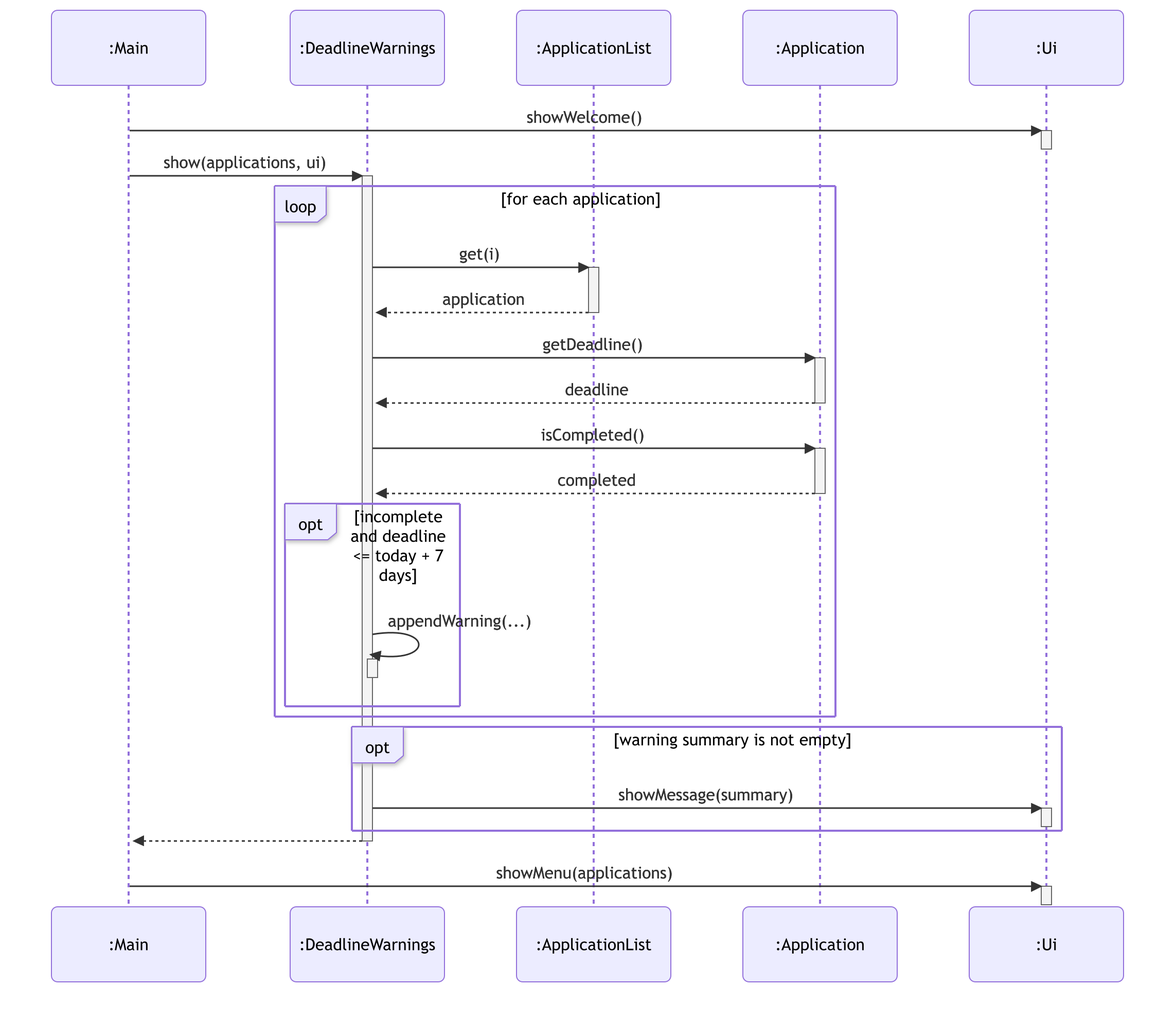
Before: docs/diagrams/deadline-warnings-sequence.png, a diagram exported from Mermaid (AY2627S1-CS2113-T10-2/tp). Its source is kept beside it as docs/diagrams/sources/deadline-warnings-sequence.mmd.
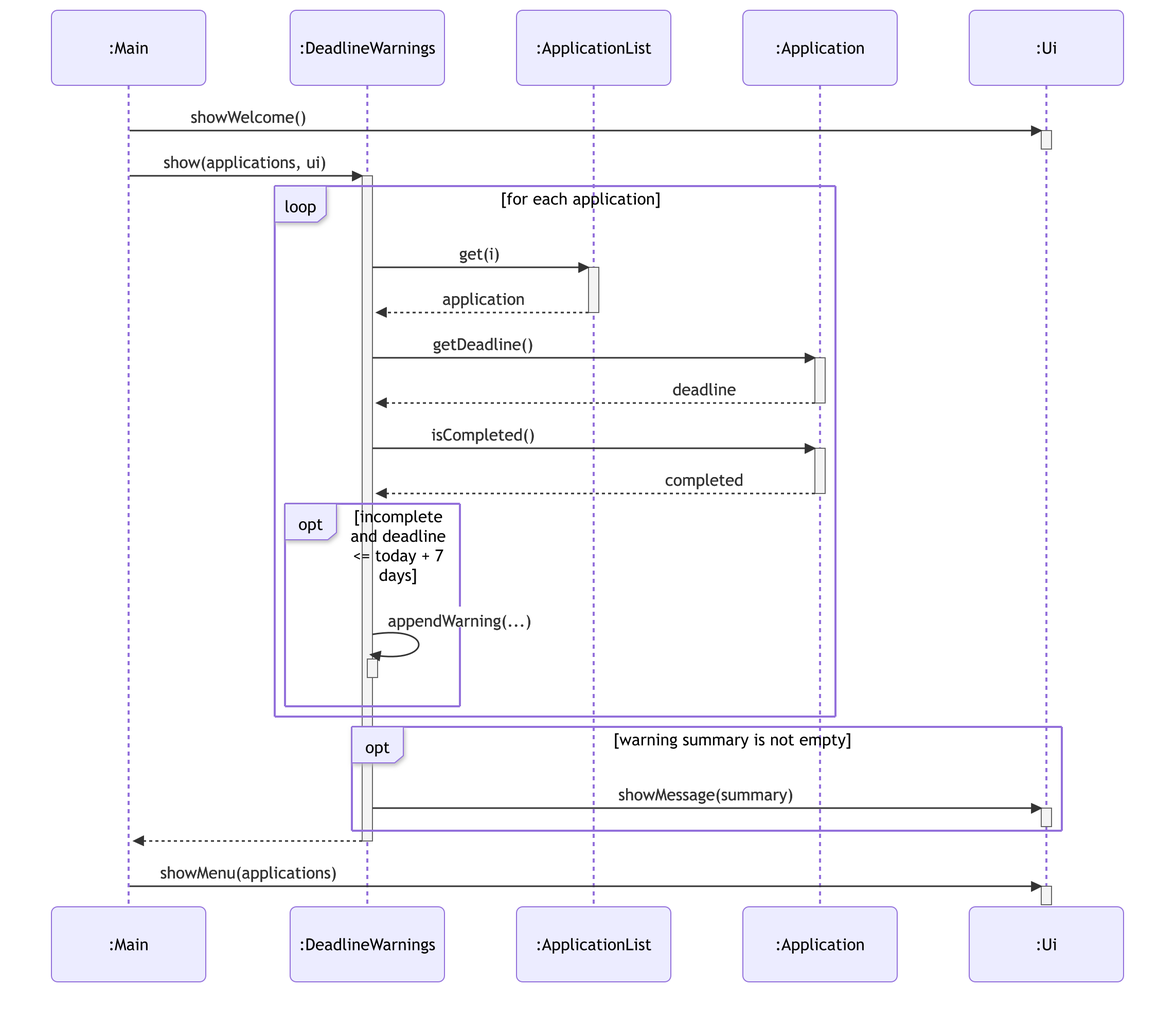
After the change.

Diff of the diagram source:
```diff
@@ -1,3 +1,6 @@
+%%{init: {'theme': 'default', 'sequence': {'actorMargin': 85, 'messageMargin': 45}}}%%
+%%{init: {'theme': 'default', 'sequence': {'actorMargin': 80, 'messageMargin': 45}}}%%
+%%{init: {'theme': 'default', 'sequence': {'actorMargin': 80, 'messageMargin': 45}}}%%
 %%{init: {'theme': 'default', 'sequence': {'actorMargin': 70, 'messageMargin': 45}}}%%
 sequenceDiagram
     participant main as :Main
```
